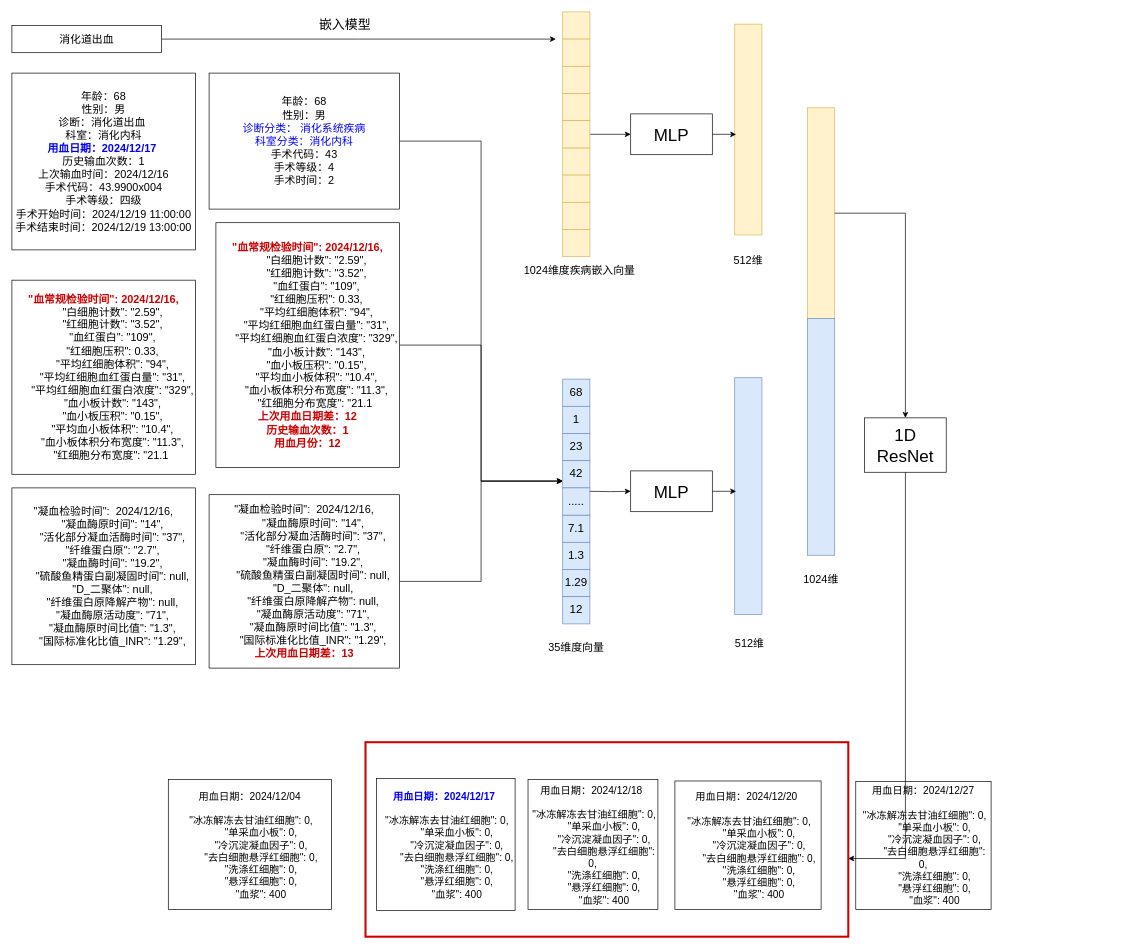
The draw.io diagram 输血预测模型.drawio in SongyuanC/supermall, before the edit. Source tidied: cells renumbered, new cells numbered last; positions are measured from the earlier drawing's top-left corner, leaving out a move shared by most shapes. Both pictures are drawn from the tidied source at 68%, with x=0, y=0 at pixel (12, 12).
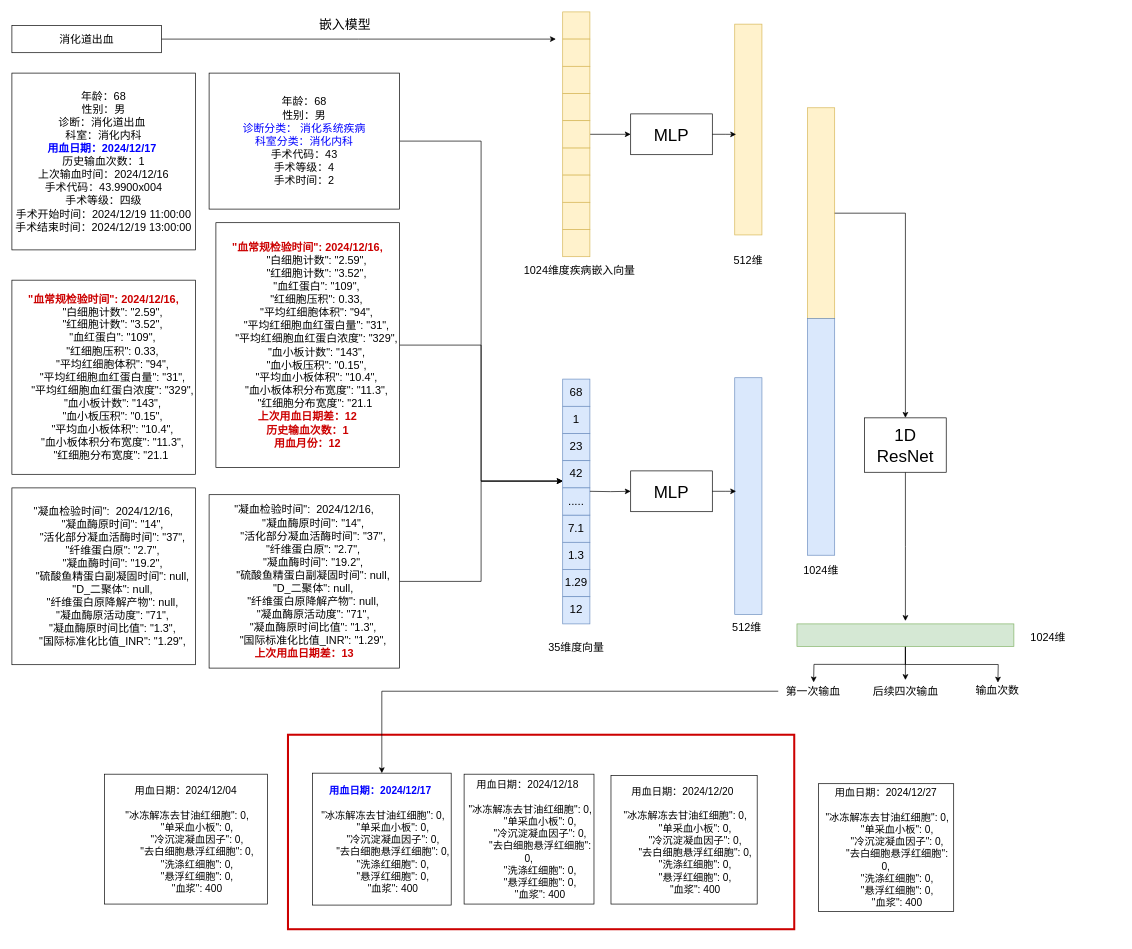
The same page after the edit.

Commit message (it also covers changes not shown here):
更新输血预测模型.drawio

Unchanged cells that the change refers to:
```xml
<mxCell id="51" value="&lt;span&gt;1D ResNet&lt;/span&gt;" style="rounded=0;whiteSpace=wrap;html=1;fontSize=25;fontStyle=0;" parent="1" vertex="1">
  <mxGeometry x="1254" y="597" width="120" height="80" as="geometry" />
</mxCell>
```

The edit, as a diff of the source:
```diff
@@
     <mxCell id="2" style="rounded=0;whiteSpace=wrap;html=1;fillColor=none;strokeColor=#CC0000;strokeWidth=3;" parent="1" vertex="1">
-      <mxGeometry x="520" y="1074" width="710" height="286" as="geometry" />
+      <mxGeometry x="406" y="1063" width="744.5" height="286" as="geometry" />
     </mxCell>
@@
     <mxCell id="6" value="&lt;div&gt;&lt;b&gt;&lt;font style=&quot;color: rgb(0, 0, 255);&quot;&gt;用血日期：&lt;/font&gt;&lt;/b&gt;&lt;span style=&quot;background-color: transparent;&quot;&gt;&lt;b&gt;&lt;font style=&quot;color: rgb(0, 0, 255);&quot;&gt;2024/12/17&lt;/font&gt;&lt;/b&gt;&lt;font style=&quot;color: rgb(0, 0, 255);&quot;&gt;&amp;nbsp;&lt;/font&gt;&lt;/span&gt;&lt;/div&gt;&lt;div&gt;&lt;br&gt;&lt;/div&gt;&lt;div&gt;&amp;nbsp;&quot;冰冻解冻去甘油红细胞&quot;: 0,&lt;/div&gt;&lt;div&gt;&amp;nbsp; &amp;nbsp; &amp;nbsp; &amp;nbsp; &quot;单采血小板&quot;: 0,&lt;/div&gt;&lt;div&gt;&amp;nbsp; &amp;nbsp; &amp;nbsp; &amp;nbsp; &quot;冷沉淀凝血因子&quot;: 0,&lt;/div&gt;&lt;div&gt;&amp;nbsp; &amp;nbsp; &amp;nbsp; &amp;nbsp; &quot;去白细胞悬浮红细胞&quot;: 0,&lt;/div&gt;&lt;div&gt;&amp;nbsp; &amp;nbsp; &amp;nbsp; &amp;nbsp; &quot;洗涤红细胞&quot;: 0,&lt;/div&gt;&lt;div&gt;&amp;nbsp; &amp;nbsp; &amp;nbsp; &amp;nbsp; &quot;悬浮红细胞&quot;: 0,&lt;/div&gt;&lt;div&gt;&amp;nbsp; &amp;nbsp; &amp;nbsp; &amp;nbsp; &quot;血浆&quot;: 400&lt;/div&gt;" style="rounded=0;whiteSpace=wrap;html=1;fontSize=15;" parent="1" vertex="1">
-      <mxGeometry x="536" y="1127.5" width="204" height="194" as="geometry" />
+      <mxGeometry x="442" y="1119.5" width="204" height="194" as="geometry" />
     </mxCell>
     <mxCell id="7" value="&lt;div&gt;用血日期：&lt;span style=&quot;background-color: transparent; color: light-dark(rgb(0, 0, 0), rgb(255, 255, 255));&quot;&gt;2024/12/18&amp;nbsp;&lt;/span&gt;&lt;/div&gt;&lt;div&gt;&lt;br&gt;&lt;/div&gt;&lt;div&gt;&amp;nbsp;&quot;冰冻解冻去甘油红细胞&quot;: 0,&lt;/div&gt;&lt;div&gt;&amp;nbsp; &amp;nbsp; &amp;nbsp; &amp;nbsp; &quot;单采血小板&quot;: 0,&lt;/div&gt;&lt;div&gt;&amp;nbsp; &amp;nbsp; &amp;nbsp; &amp;nbsp; &quot;冷沉淀凝血因子&quot;: 0,&lt;/div&gt;&lt;div&gt;&amp;nbsp; &amp;nbsp; &amp;nbsp; &amp;nbsp; &quot;去白细胞悬浮红细胞&quot;: 0,&lt;/div&gt;&lt;div&gt;&amp;nbsp; &amp;nbsp; &amp;nbsp; &amp;nbsp; &quot;洗涤红细胞&quot;: 0,&lt;/div&gt;&lt;div&gt;&amp;nbsp; &amp;nbsp; &amp;nbsp; &amp;nbsp; &quot;悬浮红细胞&quot;: 0,&lt;/div&gt;&lt;div&gt;&amp;nbsp; &amp;nbsp; &amp;nbsp; &amp;nbsp; &quot;血浆&quot;: 400&lt;/div&gt;" style="rounded=0;whiteSpace=wrap;html=1;fontSize=15;" parent="1" vertex="1">
-      <mxGeometry x="759" y="1129" width="191" height="191" as="geometry" />
+      <mxGeometry x="665" y="1121" width="191" height="191" as="geometry" />
     </mxCell>
     <mxCell id="8" value="&lt;div&gt;用血日期：&lt;span style=&quot;background-color: transparent; color: light-dark(rgb(0, 0, 0), rgb(255, 255, 255));&quot;&gt;2024/12/20&amp;nbsp;&lt;/span&gt;&lt;/div&gt;&lt;div&gt;&lt;br&gt;&lt;/div&gt;&lt;div&gt;&amp;nbsp;&quot;冰冻解冻去甘油红细胞&quot;: 0,&lt;/div&gt;&lt;div&gt;&amp;nbsp; &amp;nbsp; &amp;nbsp; &amp;nbsp; &quot;单采血小板&quot;: 0,&lt;/div&gt;&lt;div&gt;&amp;nbsp; &amp;nbsp; &amp;nbsp; &amp;nbsp; &quot;冷沉淀凝血因子&quot;: 0,&lt;/div&gt;&lt;div&gt;&amp;nbsp; &amp;nbsp; &amp;nbsp; &amp;nbsp; &quot;去白细胞悬浮红细胞&quot;: 0,&lt;/div&gt;&lt;div&gt;&amp;nbsp; &amp;nbsp; &amp;nbsp; &amp;nbsp; &quot;洗涤红细胞&quot;: 0,&lt;/div&gt;&lt;div&gt;&amp;nbsp; &amp;nbsp; &amp;nbsp; &amp;nbsp; &quot;悬浮红细胞&quot;: 0,&lt;/div&gt;&lt;div&gt;&amp;nbsp; &amp;nbsp; &amp;nbsp; &amp;nbsp; &quot;血浆&quot;: 400&lt;/div&gt;" style="rounded=0;whiteSpace=wrap;html=1;fontSize=15;" parent="1" vertex="1">
-      <mxGeometry x="975" y="1131" width="215" height="189" as="geometry" />
+      <mxGeometry x="881" y="1123" width="215" height="189" as="geometry" />
     </mxCell>
     <mxCell id="9" value="&lt;div&gt;用血日期：&lt;span style=&quot;background-color: transparent; color: light-dark(rgb(0, 0, 0), rgb(255, 255, 255));&quot;&gt;2024/12/04&lt;/span&gt;&lt;/div&gt;&lt;div&gt;&lt;br&gt;&lt;/div&gt;&lt;div&gt;&amp;nbsp;&quot;冰冻解冻去甘油红细胞&quot;: 0,&lt;/div&gt;&lt;div&gt;&amp;nbsp; &amp;nbsp; &amp;nbsp; &amp;nbsp; &quot;单采血小板&quot;: 0,&lt;/div&gt;&lt;div&gt;&amp;nbsp; &amp;nbsp; &amp;nbsp; &amp;nbsp; &quot;冷沉淀凝血因子&quot;: 0,&lt;/div&gt;&lt;div&gt;&amp;nbsp; &amp;nbsp; &amp;nbsp; &amp;nbsp; &quot;去白细胞悬浮红细胞&quot;: 0,&lt;/div&gt;&lt;div&gt;&amp;nbsp; &amp;nbsp; &amp;nbsp; &amp;nbsp; &quot;洗涤红细胞&quot;: 0,&lt;/div&gt;&lt;div&gt;&amp;nbsp; &amp;nbsp; &amp;nbsp; &amp;nbsp; &quot;悬浮红细胞&quot;: 0,&lt;/div&gt;&lt;div&gt;&amp;nbsp; &amp;nbsp; &amp;nbsp; &amp;nbsp; &quot;血浆&quot;: 400&lt;/div&gt;" style="rounded=0;whiteSpace=wrap;html=1;fontSize=15;" parent="1" vertex="1">
-      <mxGeometry x="230" y="1129" width="240" height="191" as="geometry" />
+      <mxGeometry x="136" y="1121" width="240" height="191" as="geometry" />
     </mxCell>
     <mxCell id="10" value="&lt;div&gt;用血日期：&lt;span style=&quot;background-color: transparent; color: light-dark(rgb(0, 0, 0), rgb(255, 255, 255));&quot;&gt;2024/12/27&lt;/span&gt;&lt;/div&gt;&lt;div&gt;&lt;br&gt;&lt;/div&gt;&lt;div&gt;&amp;nbsp;&quot;冰冻解冻去甘油红细胞&quot;: 0,&lt;/div&gt;&lt;div&gt;&amp;nbsp; &amp;nbsp; &amp;nbsp; &amp;nbsp; &quot;单采血小板&quot;: 0,&lt;/div&gt;&lt;div&gt;&amp;nbsp; &amp;nbsp; &amp;nbsp; &amp;nbsp; &quot;冷沉淀凝血因子&quot;: 0,&lt;/div&gt;&lt;div&gt;&amp;nbsp; &amp;nbsp; &amp;nbsp; &amp;nbsp; &quot;去白细胞悬浮红细胞&quot;: 0,&lt;/div&gt;&lt;div&gt;&amp;nbsp; &amp;nbsp; &amp;nbsp; &amp;nbsp; &quot;洗涤红细胞&quot;: 0,&lt;/div&gt;&lt;div&gt;&amp;nbsp; &amp;nbsp; &amp;nbsp; &amp;nbsp; &quot;悬浮红细胞&quot;: 0,&lt;/div&gt;&lt;div&gt;&amp;nbsp; &amp;nbsp; &amp;nbsp; &amp;nbsp; &quot;血浆&quot;: 400&lt;/div&gt;" style="rounded=0;whiteSpace=wrap;html=1;fontSize=15;" parent="1" vertex="1">
-      <mxGeometry x="1241" y="1132" width="199" height="188" as="geometry" />
+      <mxGeometry x="1186" y="1135" width="199" height="188" as="geometry" />
     </mxCell>
@@
     <mxCell id="46" value="512维" style="text;html=1;whiteSpace=wrap;strokeColor=none;fillColor=none;align=center;verticalAlign=middle;rounded=0;strokeWidth=3;fontSize=16;" parent="1" vertex="1">
-      <mxGeometry x="980" y="913" width="210" height="30" as="geometry" />
+      <mxGeometry x="976" y="890" width="210" height="30" as="geometry" />
     </mxCell>
@@
-    <mxCell id="50" style="edgeStyle=orthogonalEdgeStyle;rounded=0;jettySize=auto;html=1;" parent="1" edge="1" source="51" target="2">
-      <mxGeometry relative="1" as="geometry">
-        <Array as="points">
-          <mxPoint x="1314" y="1245" />
-        </Array>
-      </mxGeometry>
-    </mxCell>
+    <mxCell id="57" style="edgeStyle=orthogonalEdgeStyle;rounded=0;jettySize=auto;html=1;" parent="1" edge="1" source="51">
+      <mxGeometry relative="1" as="geometry">
+        <mxPoint x="1314" y="895.7" as="targetPoint" />
+      </mxGeometry>
+    </mxCell>
@@
     <mxCell id="56" value="1024维" style="text;html=1;whiteSpace=wrap;strokeColor=none;fillColor=none;align=center;verticalAlign=middle;rounded=0;strokeWidth=3;fontSize=16;" parent="1" vertex="1">
-      <mxGeometry x="1085" y="820" width="210" height="30" as="geometry" />
+      <mxGeometry x="1085" y="806" width="210" height="30" as="geometry" />
     </mxCell>
+    <mxCell id="58" style="edgeStyle=orthogonalEdgeStyle;rounded=0;jettySize=auto;html=1;" parent="1" edge="1" source="61">
+      <mxGeometry relative="1" as="geometry">
+        <mxPoint x="1179" y="986" as="targetPoint" />
+      </mxGeometry>
+    </mxCell>
+    <mxCell id="59" style="edgeStyle=orthogonalEdgeStyle;rounded=0;jettySize=auto;html=1;" parent="1" edge="1" source="61">
+      <mxGeometry relative="1" as="geometry">
+        <mxPoint x="1314" y="982.5" as="targetPoint" />
+      </mxGeometry>
+    </mxCell>
+    <mxCell id="60" style="edgeStyle=orthogonalEdgeStyle;rounded=0;jettySize=auto;html=1;" parent="1" edge="1" source="61">
+      <mxGeometry relative="1" as="geometry">
+        <mxPoint x="1450" y="986.3" as="targetPoint" />
+      </mxGeometry>
+    </mxCell>
+    <mxCell id="61" style="rounded=0;whiteSpace=wrap;html=1;fillColor=#d5e8d4;strokeColor=#82b366;" parent="1" vertex="1">
+      <mxGeometry x="1154.5" y="900" width="319" height="33" as="geometry" />
+    </mxCell>
+    <mxCell id="62" value="1024维" style="text;html=1;whiteSpace=wrap;strokeColor=none;fillColor=none;align=center;verticalAlign=middle;rounded=0;strokeWidth=3;fontSize=16;" parent="1" vertex="1">
+      <mxGeometry x="1419" y="904" width="210" height="30" as="geometry" />
+    </mxCell>
+    <mxCell id="63" style="edgeStyle=orthogonalEdgeStyle;rounded=0;jettySize=auto;html=1;entryX=0.5;entryY=0;entryDx=0;entryDy=0;" parent="1" edge="1" source="64" target="6">
+      <mxGeometry relative="1" as="geometry" />
+    </mxCell>
+    <mxCell id="64" value="第一次输血" style="text;html=1;whiteSpace=wrap;strokeColor=none;fillColor=none;align=center;verticalAlign=middle;rounded=0;fontSize=16;" parent="1" vertex="1">
+      <mxGeometry x="1127" y="984" width="103" height="30" as="geometry" />
+    </mxCell>
+    <mxCell id="65" value="后续四次输血" style="text;html=1;whiteSpace=wrap;strokeColor=none;fillColor=none;align=center;verticalAlign=middle;rounded=0;fontSize=16;" parent="1" vertex="1">
+      <mxGeometry x="1262.5" y="984" width="103" height="30" as="geometry" />
+    </mxCell>
+    <mxCell id="66" value="输血次数" style="text;html=1;whiteSpace=wrap;strokeColor=none;fillColor=none;align=center;verticalAlign=middle;rounded=0;fontSize=16;" parent="1" vertex="1">
+      <mxGeometry x="1398" y="982" width="103" height="30" as="geometry" />
+    </mxCell>
```
